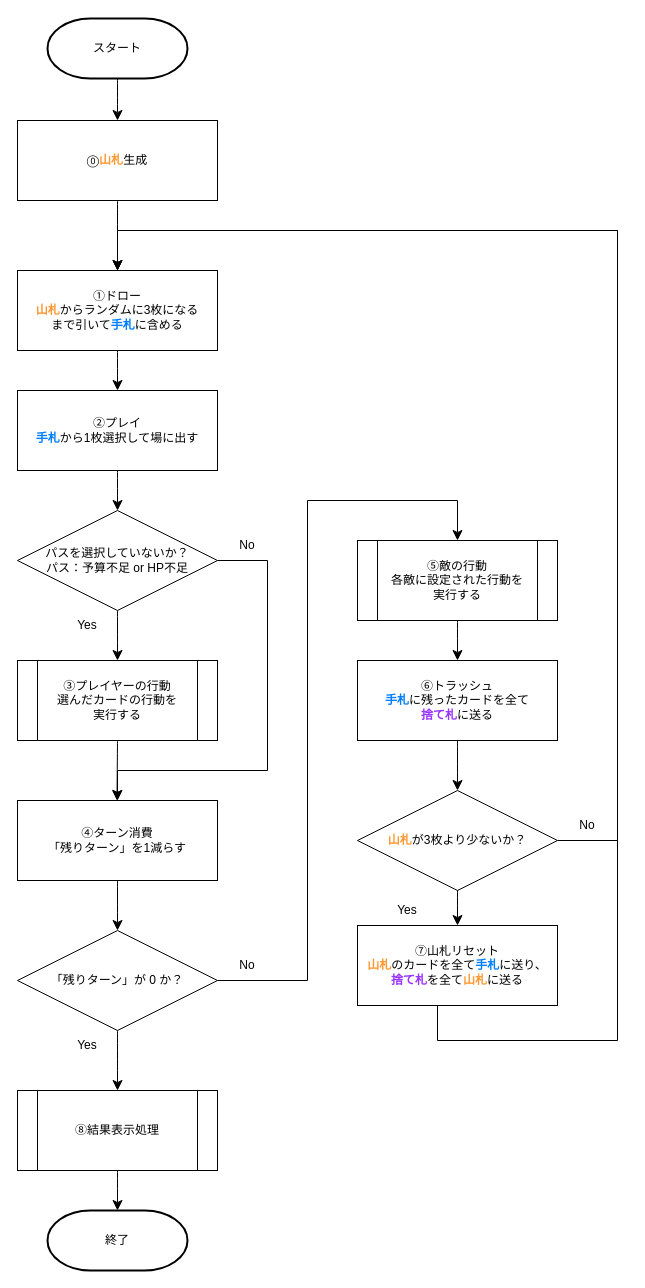
This is CardGameStructure/flow_chart.drawio from ehime-iyokan/DrawIO, a draw.io file, before an edit. Source tidied: cells renumbered, new cells numbered last; positions are measured from the earlier drawing's top-left corner, leaving out a move shared by most shapes. Both pictures are drawn from the tidied source at 100%, with x=0, y=0 at pixel (-43, 18).
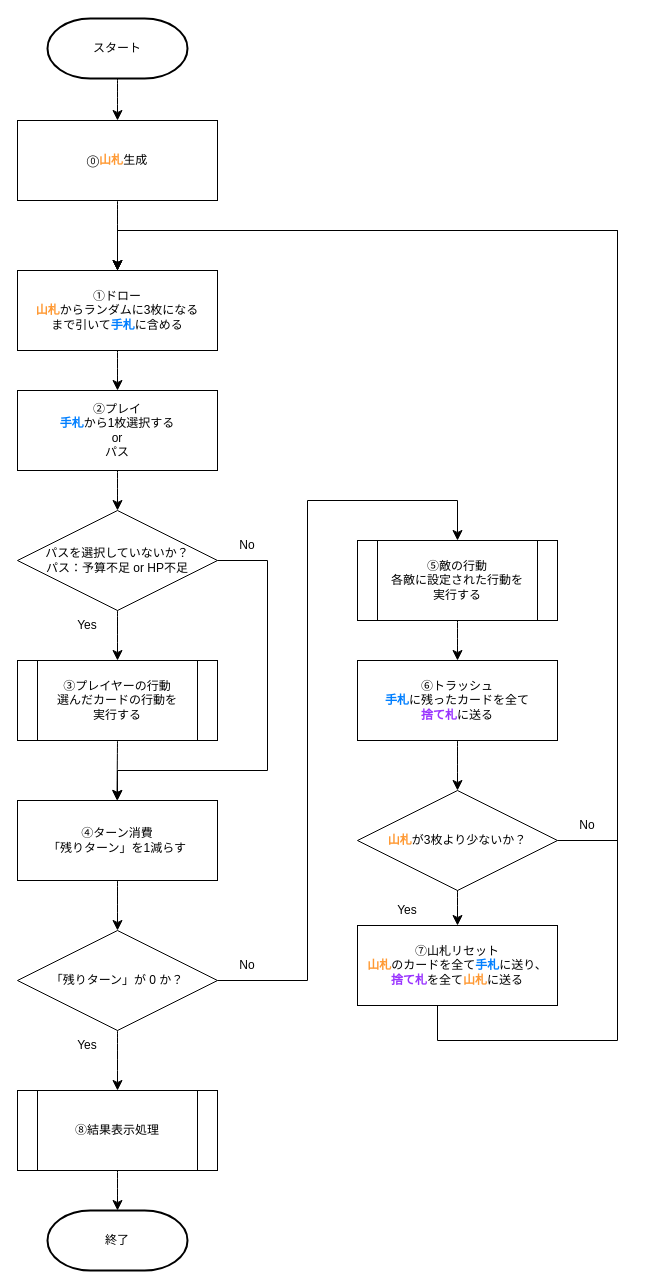
The same diagram, later.

Commit message:
flow_chart.drawio を更新します

Change to the diagram source:
```diff
@@
-    <mxCell id="9" value="&lt;div&gt;②プレイ&lt;/div&gt;&lt;div&gt;&lt;b&gt;&lt;span style=&quot;color: rgb(0, 127, 255);&quot;&gt;手札&lt;/span&gt;&lt;/b&gt;から1枚選択して場に出す&lt;/div&gt;" style="rounded=0;whiteSpace=wrap;html=1;" parent="1" vertex="1">
+    <mxCell id="9" value="&lt;div&gt;②プレイ&lt;/div&gt;&lt;div&gt;&lt;b&gt;&lt;span style=&quot;color: rgb(0, 127, 255);&quot;&gt;手札&lt;/span&gt;&lt;/b&gt;から1枚選択する&lt;/div&gt;&lt;div&gt;or&lt;/div&gt;&lt;div&gt;パス&lt;/div&gt;" style="rounded=0;whiteSpace=wrap;html=1;" parent="1" vertex="1">
       <mxGeometry x="60" y="372" width="200" height="80" as="geometry" />
     </mxCell>
```
